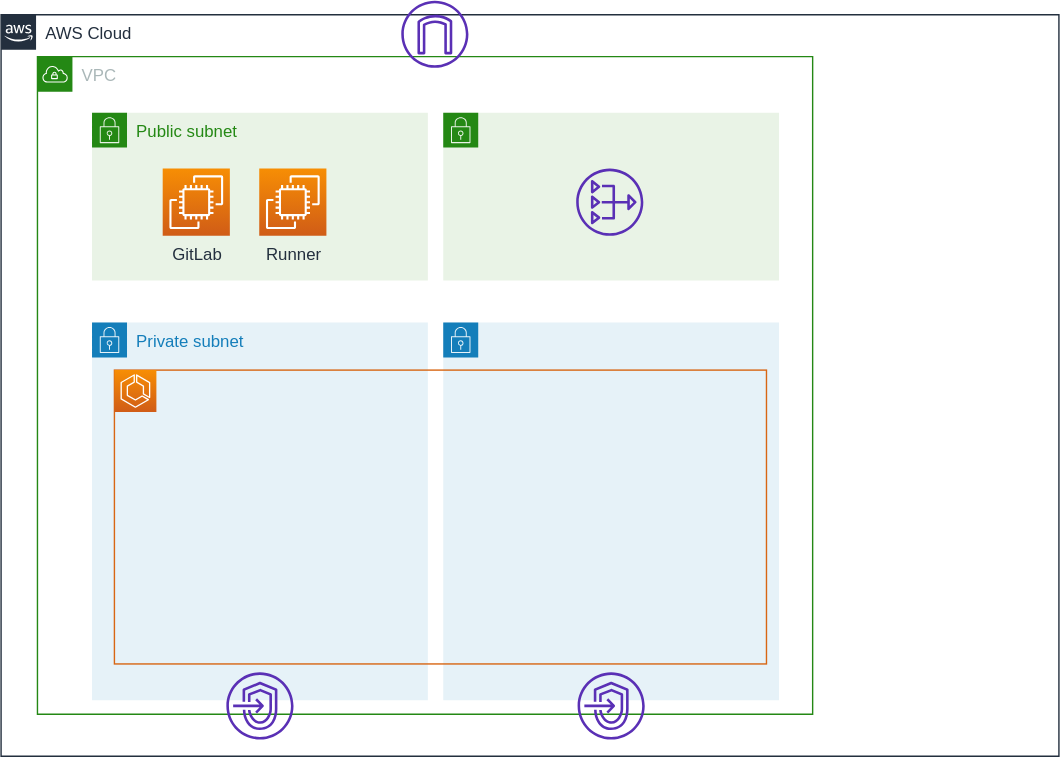
Above: documents/images/use-ecs.svg in moriryota62/ecs-cicd (draw.io), before the change. Source tidied: cells renumbered, new cells last; positions are measured from the earlier drawing's top-left corner, leaving out a move shared by most shapes.
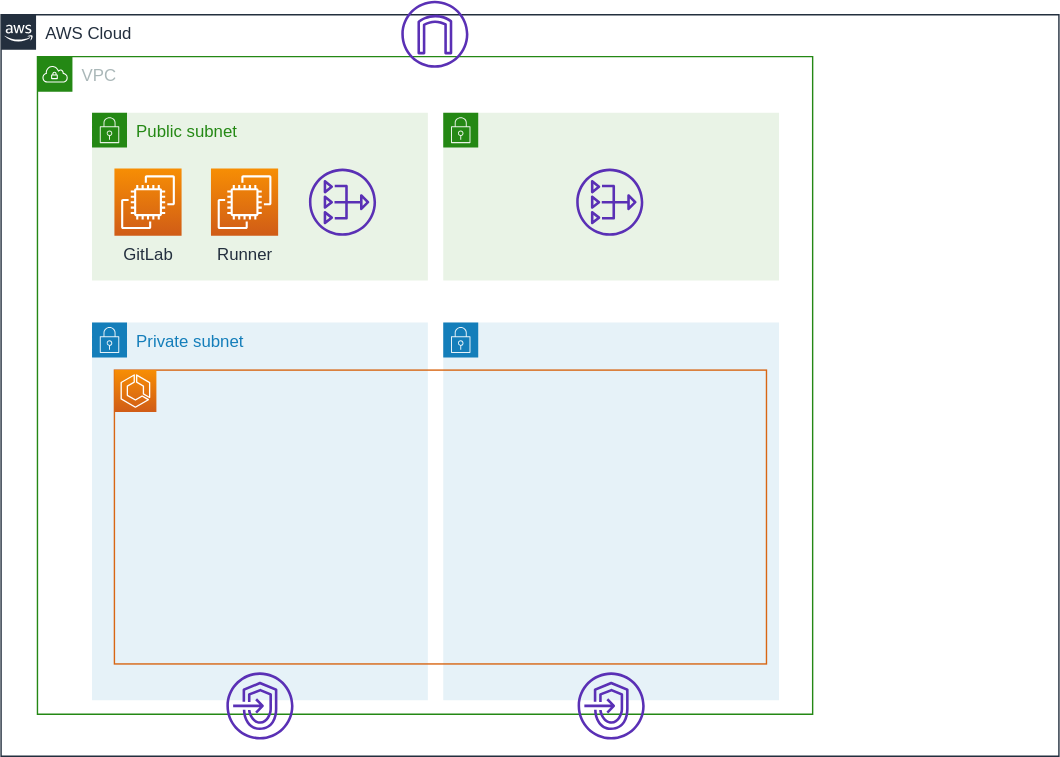
The same file after the commit.

Diff of the diagram source:
```diff
@@ -15,10 +15,10 @@
       <mxGeometry x="316" y="80" width="240" height="120" as="geometry" />
     </mxCell>
     <mxCell id="6" value="GitLab" style="fontColor=#232F3E;gradientColor=#F78E04;gradientDirection=north;fillColor=#D05C17;strokeColor=#ffffff;dashed=0;verticalLabelPosition=bottom;verticalAlign=top;align=center;html=1;fontSize=12;fontStyle=0;shape=mxgraph.aws4.resourceIcon;resIcon=mxgraph.aws4.ec2;" parent="1" vertex="1">
-      <mxGeometry x="115.5" y="120" width="48" height="48" as="geometry" />
+      <mxGeometry x="81" y="120" width="48" height="48" as="geometry" />
     </mxCell>
     <mxCell id="7" value="Runner" style="fontColor=#232F3E;gradientColor=#F78E04;gradientDirection=north;fillColor=#D05C17;strokeColor=#ffffff;dashed=0;verticalLabelPosition=bottom;verticalAlign=top;align=center;html=1;fontSize=12;fontStyle=0;shape=mxgraph.aws4.resourceIcon;resIcon=mxgraph.aws4.ec2;" parent="1" vertex="1">
-      <mxGeometry x="184.5" y="120" width="48" height="48" as="geometry" />
+      <mxGeometry x="150" y="120" width="48" height="48" as="geometry" />
     </mxCell>
     <mxCell id="8" style="fontColor=#232F3E;gradientColor=none;fillColor=#5A30B5;strokeColor=none;dashed=0;verticalLabelPosition=bottom;verticalAlign=top;align=center;html=1;fontSize=12;fontStyle=0;shape=mxgraph.aws4.internet_gateway;" parent="1" vertex="1">
       <mxGeometry x="286" width="48" height="48" as="geometry" />
@@ -44,5 +44,8 @@
     <mxCell id="15" style="fontColor=#232F3E;gradientColor=none;fillColor=#5A30B5;strokeColor=none;dashed=0;verticalLabelPosition=bottom;verticalAlign=top;align=center;html=1;fontSize=12;fontStyle=0;shape=mxgraph.aws4.endpoints;" parent="1" vertex="1">
       <mxGeometry x="412" y="480" width="48" height="48" as="geometry" />
     </mxCell>
+    <mxCell id="16" style="fontColor=#232F3E;gradientColor=none;fillColor=#5A30B5;strokeColor=none;dashed=0;verticalLabelPosition=bottom;verticalAlign=top;align=center;html=1;fontSize=12;fontStyle=0;shape=mxgraph.aws4.nat_gateway;" parent="1" vertex="1">
+      <mxGeometry x="220" y="120" width="48" height="48" as="geometry" />
+    </mxCell>
   </root>
 </mxGraphModel>
```
